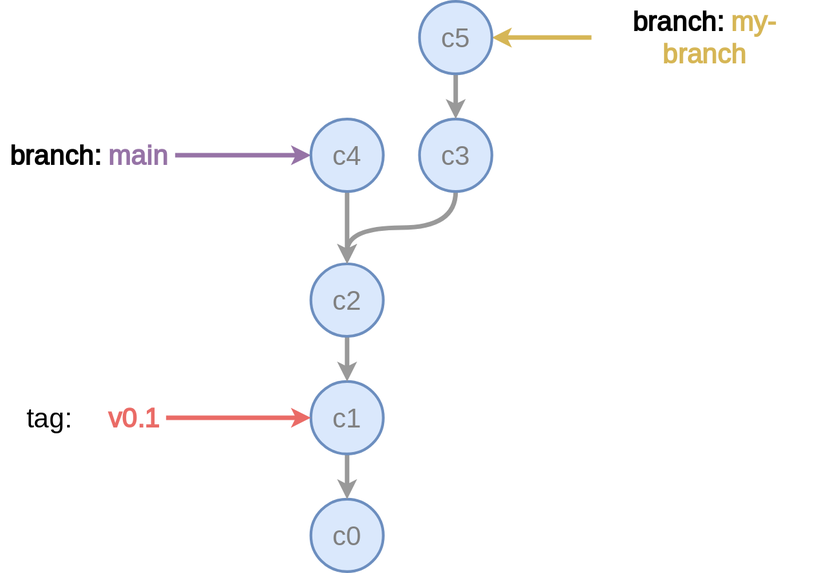
tvannoy/intro-to-git keeps this draw.io diagram as public/tags-and-branches-branch-2.svg. Above is the earlier version. Source tidied: cells renumbered, new cells last; positions are measured from the earlier drawing's top-left corner, leaving out a move shared by most shapes. Source of this version:
```xml
<mxGraphModel>
  <root>
    <mxCell id="0" />
    <mxCell id="1" parent="0" />
    <mxCell id="2" value="c0" style="ellipse;whiteSpace=wrap;html=1;fillColor=#dae8fc;strokeColor=#6c8ebf;strokeWidth=3;fontSize=30;fontFamily=Source Sans Pro;fontSource=https%3A%2F%2Ffonts.googleapis.com%2Fcss%3Ffamily%3DSource%2BSans%2BPro;fontColor=#808080;" parent="1" vertex="1">
      <mxGeometry x="340" y="550" width="80" height="80" as="geometry" />
    </mxCell>
    <mxCell id="3" style="edgeStyle=orthogonalEdgeStyle;curved=1;jettySize=auto;html=1;exitX=0.5;exitY=1;exitDx=0;exitDy=0;entryX=0.5;entryY=0;entryDx=0;entryDy=0;strokeColor=#999999;strokeWidth=5;fontFamily=Source Sans Pro;fontSource=https%3A%2F%2Ffonts.googleapis.com%2Fcss%3Ffamily%3DSource%2BSans%2BPro;fontSize=50;" parent="1" edge="1" source="4" target="2">
      <mxGeometry relative="1" as="geometry" />
    </mxCell>
    <mxCell id="4" value="&lt;span style=&quot;color: rgb(128, 128, 128); font-family: &amp;quot;Source Sans Pro&amp;quot;; font-size: 30px;&quot;&gt;c1&lt;/span&gt;" style="ellipse;whiteSpace=wrap;html=1;fillColor=#dae8fc;strokeColor=#6c8ebf;strokeWidth=3;fontSize=12;fontFamily=Helvetica;fontSource=https%3A%2F%2Ffonts.googleapis.com%2Fcss%3Ffamily%3DSource%2BSans%2BPro;" parent="1" vertex="1">
      <mxGeometry x="340" y="420" width="80" height="80" as="geometry" />
    </mxCell>
    <mxCell id="5" style="edgeStyle=orthogonalEdgeStyle;curved=1;jettySize=auto;html=1;exitX=0.5;exitY=1;exitDx=0;exitDy=0;entryX=0.5;entryY=0;entryDx=0;entryDy=0;strokeColor=#999999;strokeWidth=5;fontFamily=Source Sans Pro;fontSource=https%3A%2F%2Ffonts.googleapis.com%2Fcss%3Ffamily%3DSource%2BSans%2BPro;fontSize=50;" parent="1" edge="1" source="6" target="4">
      <mxGeometry relative="1" as="geometry" />
    </mxCell>
    <mxCell id="6" value="&lt;span style=&quot;color: rgb(128, 128, 128); font-family: &amp;quot;Source Sans Pro&amp;quot;; font-size: 30px;&quot;&gt;c2&lt;/span&gt;" style="ellipse;whiteSpace=wrap;html=1;fillColor=#dae8fc;strokeColor=#6c8ebf;strokeWidth=3;" parent="1" vertex="1">
      <mxGeometry x="340" y="290" width="80" height="80" as="geometry" />
    </mxCell>
    <mxCell id="7" style="edgeStyle=orthogonalEdgeStyle;curved=1;jettySize=auto;html=1;entryX=0;entryY=0.5;entryDx=0;entryDy=0;strokeColor=#9673A6;strokeWidth=5;fontFamily=Source Sans Pro;fontSource=https%3A%2F%2Ffonts.googleapis.com%2Fcss%3Ffamily%3DSource%2BSans%2BPro;fontSize=30;fontColor=#9673A6;" parent="1" edge="1" source="8" target="14">
      <mxGeometry relative="1" as="geometry" />
    </mxCell>
    <mxCell id="8" value="&lt;font color=&quot;#000000&quot;&gt;branch:&lt;/font&gt; main" style="text;html=1;strokeColor=none;fillColor=none;align=center;verticalAlign=middle;whiteSpace=wrap;rounded=0;strokeWidth=6;fontFamily=Source Sans Pro;fontSource=https%3A%2F%2Ffonts.googleapis.com%2Fcss%3Ffamily%3DSource%2BSans%2BPro;fontSize=30;fontColor=#9673A6;fontStyle=1;" parent="1" vertex="1">
      <mxGeometry y="155" width="190" height="30" as="geometry" />
    </mxCell>
    <mxCell id="9" style="edgeStyle=orthogonalEdgeStyle;curved=1;jettySize=auto;html=1;exitX=0.5;exitY=1;exitDx=0;exitDy=0;entryX=0.5;entryY=0;entryDx=0;entryDy=0;strokeColor=#999999;strokeWidth=5;fontFamily=Source Sans Pro;fontSource=https%3A%2F%2Ffonts.googleapis.com%2Fcss%3Ffamily%3DSource%2BSans%2BPro;fontSize=30;fontColor=#000000;" parent="1" edge="1" source="10" target="6">
      <mxGeometry relative="1" as="geometry" />
    </mxCell>
    <mxCell id="10" value="&lt;span style=&quot;color: rgb(128, 128, 128); font-family: &amp;quot;Source Sans Pro&amp;quot;; font-size: 30px;&quot;&gt;c3&lt;/span&gt;" style="ellipse;whiteSpace=wrap;html=1;fillColor=#dae8fc;strokeColor=#6c8ebf;strokeWidth=3;" parent="1" vertex="1">
      <mxGeometry x="460" y="130" width="80" height="80" as="geometry" />
    </mxCell>
    <mxCell id="11" style="edgeStyle=orthogonalEdgeStyle;curved=1;jettySize=auto;html=1;exitX=0;exitY=0.5;exitDx=0;exitDy=0;entryX=1;entryY=0.5;entryDx=0;entryDy=0;strokeColor=#D6B656;strokeWidth=5;fontFamily=Source Sans Pro;fontSource=https%3A%2F%2Ffonts.googleapis.com%2Fcss%3Ffamily%3DSource%2BSans%2BPro;fontSize=30;fontColor=#000000;fillColor=#fff2cc;" parent="1" edge="1" source="12" target="16">
      <mxGeometry relative="1" as="geometry" />
    </mxCell>
    <mxCell id="12" value="&lt;font color=&quot;#000000&quot;&gt;branch:&lt;/font&gt;&amp;nbsp;&lt;font color=&quot;#d6b656&quot;&gt;my-branch&lt;/font&gt;" style="text;html=1;strokeColor=none;fillColor=none;align=center;verticalAlign=middle;whiteSpace=wrap;rounded=0;strokeWidth=6;fontFamily=Source Sans Pro;fontSource=https%3A%2F%2Ffonts.googleapis.com%2Fcss%3Ffamily%3DSource%2BSans%2BPro;fontSize=30;fontColor=#9673A6;fontStyle=1;" parent="1" vertex="1">
      <mxGeometry x="650" y="25" width="250" height="30" as="geometry" />
    </mxCell>
    <mxCell id="13" style="edgeStyle=orthogonalEdgeStyle;curved=1;jettySize=auto;html=1;exitX=0.5;exitY=1;exitDx=0;exitDy=0;strokeColor=#999999;strokeWidth=5;fontFamily=Source Sans Pro;fontSource=https%3A%2F%2Ffonts.googleapis.com%2Fcss%3Ffamily%3DSource%2BSans%2BPro;fontSize=30;fontColor=#D6B656;" parent="1" edge="1" source="14" target="6">
      <mxGeometry relative="1" as="geometry" />
    </mxCell>
    <mxCell id="14" value="&lt;span style=&quot;color: rgb(128, 128, 128); font-family: &amp;quot;Source Sans Pro&amp;quot;; font-size: 30px;&quot;&gt;c4&lt;/span&gt;" style="ellipse;whiteSpace=wrap;html=1;fillColor=#dae8fc;strokeColor=#6c8ebf;strokeWidth=3;" parent="1" vertex="1">
      <mxGeometry x="340" y="130" width="80" height="80" as="geometry" />
    </mxCell>
    <mxCell id="15" style="edgeStyle=orthogonalEdgeStyle;curved=1;jettySize=auto;html=1;exitX=0.5;exitY=1;exitDx=0;exitDy=0;entryX=0.5;entryY=0;entryDx=0;entryDy=0;strokeColor=#999999;strokeWidth=5;fontFamily=Source Sans Pro;fontSource=https%3A%2F%2Ffonts.googleapis.com%2Fcss%3Ffamily%3DSource%2BSans%2BPro;fontSize=30;fontColor=#D6B656;" parent="1" edge="1" source="16" target="10">
      <mxGeometry relative="1" as="geometry" />
    </mxCell>
    <mxCell id="16" value="&lt;span style=&quot;color: rgb(128, 128, 128); font-family: &amp;quot;Source Sans Pro&amp;quot;; font-size: 30px;&quot;&gt;c5&lt;/span&gt;" style="ellipse;whiteSpace=wrap;html=1;fillColor=#dae8fc;strokeColor=#6c8ebf;strokeWidth=3;" parent="1" vertex="1">
      <mxGeometry x="460" width="80" height="80" as="geometry" />
    </mxCell>
    <mxCell id="17" style="edgeStyle=orthogonalEdgeStyle;jettySize=auto;html=1;entryX=0;entryY=0.5;entryDx=0;entryDy=0;fontFamily=Source Sans Pro;fontSource=https%3A%2F%2Ffonts.googleapis.com%2Fcss%3Ffamily%3DSource%2BSans%2BPro;fontSize=30;fontColor=#EA6B66;curved=1;strokeWidth=5;fillColor=#f8cecc;strokeColor=#EA6B66;" parent="1" edge="1" source="18">
      <mxGeometry relative="1" as="geometry">
        <mxPoint x="340" y="460" as="targetPoint" />
      </mxGeometry>
    </mxCell>
    <mxCell id="18" value="tag:&amp;nbsp; &amp;nbsp; &amp;nbsp;&lt;font color=&quot;#ea6b66&quot;&gt;&lt;b&gt;v0.1&lt;/b&gt;&lt;/font&gt;" style="text;html=1;strokeColor=none;fillColor=none;align=center;verticalAlign=middle;whiteSpace=wrap;rounded=0;fontFamily=Source Sans Pro;fontSource=https%3A%2F%2Ffonts.googleapis.com%2Fcss%3Ffamily%3DSource%2BSans%2BPro;fontSize=30;strokeWidth=6;" parent="1" vertex="1">
      <mxGeometry x="20" y="445" width="160" height="30" as="geometry" />
    </mxCell>
  </root>
</mxGraphModel>
```
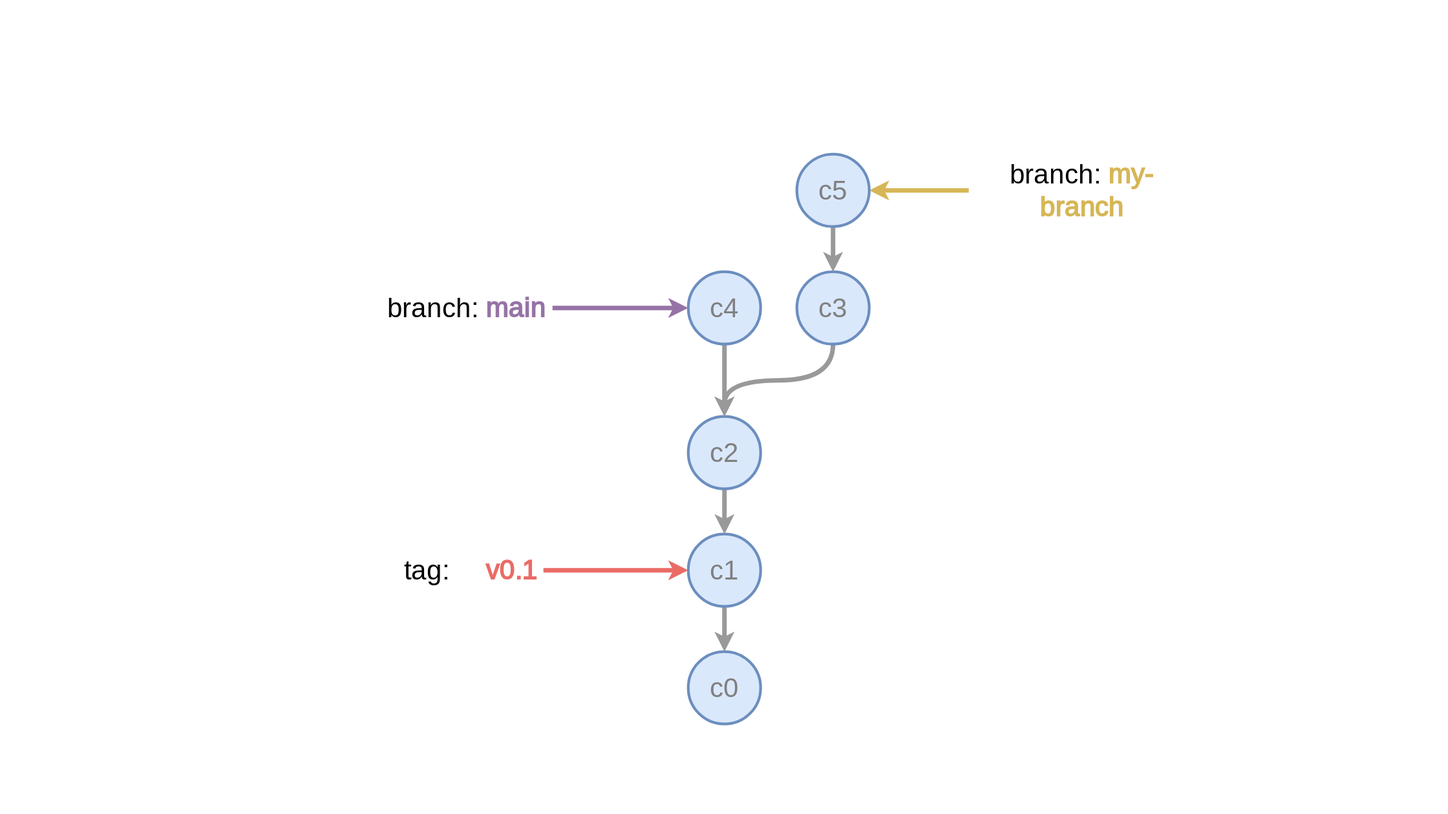
After the commit.

The edit, as a diff of the source:
```diff
@@ -20,7 +20,7 @@
     <mxCell id="7" style="edgeStyle=orthogonalEdgeStyle;curved=1;jettySize=auto;html=1;entryX=0;entryY=0.5;entryDx=0;entryDy=0;strokeColor=#9673A6;strokeWidth=5;fontFamily=Source Sans Pro;fontSource=https%3A%2F%2Ffonts.googleapis.com%2Fcss%3Ffamily%3DSource%2BSans%2BPro;fontSize=30;fontColor=#9673A6;" parent="1" edge="1" source="8" target="14">
       <mxGeometry relative="1" as="geometry" />
     </mxCell>
-    <mxCell id="8" value="&lt;font color=&quot;#000000&quot;&gt;branch:&lt;/font&gt; main" style="text;html=1;strokeColor=none;fillColor=none;align=center;verticalAlign=middle;whiteSpace=wrap;rounded=0;strokeWidth=6;fontFamily=Source Sans Pro;fontSource=https%3A%2F%2Ffonts.googleapis.com%2Fcss%3Ffamily%3DSource%2BSans%2BPro;fontSize=30;fontColor=#9673A6;fontStyle=1;" parent="1" vertex="1">
+    <mxCell id="8" value="&lt;span style=&quot;font-weight: normal;&quot;&gt;&lt;font color=&quot;#000000&quot;&gt;branch:&lt;/font&gt; &lt;/span&gt;main" style="text;html=1;strokeColor=none;fillColor=none;align=center;verticalAlign=middle;whiteSpace=wrap;rounded=0;strokeWidth=6;fontFamily=Source Sans Pro;fontSource=https%3A%2F%2Ffonts.googleapis.com%2Fcss%3Ffamily%3DSource%2BSans%2BPro;fontSize=30;fontColor=#9673A6;fontStyle=1;" parent="1" vertex="1">
       <mxGeometry y="155" width="190" height="30" as="geometry" />
     </mxCell>
     <mxCell id="9" style="edgeStyle=orthogonalEdgeStyle;curved=1;jettySize=auto;html=1;exitX=0.5;exitY=1;exitDx=0;exitDy=0;entryX=0.5;entryY=0;entryDx=0;entryDy=0;strokeColor=#999999;strokeWidth=5;fontFamily=Source Sans Pro;fontSource=https%3A%2F%2Ffonts.googleapis.com%2Fcss%3Ffamily%3DSource%2BSans%2BPro;fontSize=30;fontColor=#000000;" parent="1" edge="1" source="10" target="6">
@@ -32,7 +32,7 @@
     <mxCell id="11" style="edgeStyle=orthogonalEdgeStyle;curved=1;jettySize=auto;html=1;exitX=0;exitY=0.5;exitDx=0;exitDy=0;entryX=1;entryY=0.5;entryDx=0;entryDy=0;strokeColor=#D6B656;strokeWidth=5;fontFamily=Source Sans Pro;fontSource=https%3A%2F%2Ffonts.googleapis.com%2Fcss%3Ffamily%3DSource%2BSans%2BPro;fontSize=30;fontColor=#000000;fillColor=#fff2cc;" parent="1" edge="1" source="12" target="16">
       <mxGeometry relative="1" as="geometry" />
     </mxCell>
-    <mxCell id="12" value="&lt;font color=&quot;#000000&quot;&gt;branch:&lt;/font&gt;&amp;nbsp;&lt;font color=&quot;#d6b656&quot;&gt;my-branch&lt;/font&gt;" style="text;html=1;strokeColor=none;fillColor=none;align=center;verticalAlign=middle;whiteSpace=wrap;rounded=0;strokeWidth=6;fontFamily=Source Sans Pro;fontSource=https%3A%2F%2Ffonts.googleapis.com%2Fcss%3Ffamily%3DSource%2BSans%2BPro;fontSize=30;fontColor=#9673A6;fontStyle=1;" parent="1" vertex="1">
+    <mxCell id="12" value="&lt;font style=&quot;font-weight: normal;&quot; color=&quot;#000000&quot;&gt;branch:&lt;/font&gt;&amp;nbsp;&lt;font color=&quot;#d6b656&quot;&gt;my-branch&lt;/font&gt;" style="text;html=1;strokeColor=none;fillColor=none;align=center;verticalAlign=middle;whiteSpace=wrap;rounded=0;strokeWidth=6;fontFamily=Source Sans Pro;fontSource=https%3A%2F%2Ffonts.googleapis.com%2Fcss%3Ffamily%3DSource%2BSans%2BPro;fontSize=30;fontColor=#9673A6;fontStyle=1;" parent="1" vertex="1">
       <mxGeometry x="650" y="25" width="250" height="30" as="geometry" />
     </mxCell>
     <mxCell id="13" style="edgeStyle=orthogonalEdgeStyle;curved=1;jettySize=auto;html=1;exitX=0.5;exitY=1;exitDx=0;exitDy=0;strokeColor=#999999;strokeWidth=5;fontFamily=Source Sans Pro;fontSource=https%3A%2F%2Ffonts.googleapis.com%2Fcss%3Ffamily%3DSource%2BSans%2BPro;fontSize=30;fontColor=#D6B656;" parent="1" edge="1" source="14" target="6">
```
